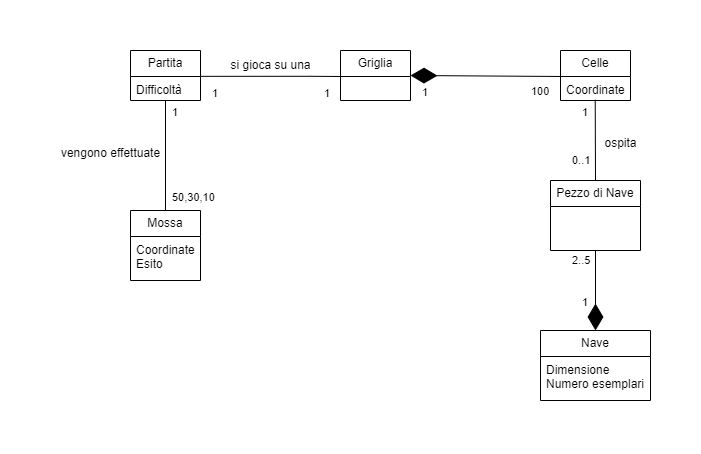
The draw.io diagram docs/img/modelloDiDominio.png in softeng2223-inf-uniba/progetto2223-thompson, before a commit. Source tidied: cells renumbered, new cells last; positions are measured from the earlier drawing's top-left corner, leaving out a move shared by most shapes.
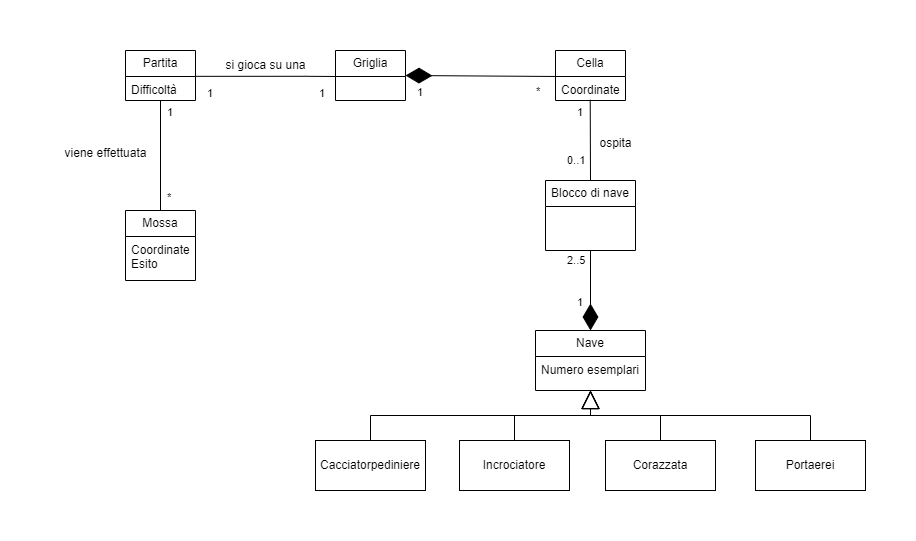
The same file after the commit.

Commit message:
Aggiornato modello di dominio

What changed in the source:
```diff
@@ -11,20 +11,20 @@
     <mxCell id="4" value="Griglia" style="swimlane;fontStyle=0;horizontal=1;startSize=26;fillColor=none;whiteSpace=wrap;html=1;" parent="1" vertex="1">
       <mxGeometry x="290" width="70" height="50" as="geometry" />
     </mxCell>
-    <mxCell id="5" value="Celle" style="swimlane;fontStyle=0;horizontal=1;startSize=26;fillColor=none;whiteSpace=wrap;html=1;" parent="1" vertex="1">
+    <mxCell id="5" value="Cella" style="swimlane;fontStyle=0;horizontal=1;startSize=26;fillColor=none;whiteSpace=wrap;html=1;" parent="1" vertex="1">
       <mxGeometry x="510" width="70" height="50" as="geometry" />
     </mxCell>
     <mxCell id="6" value="Coordinate" style="text;strokeColor=none;fillColor=none;align=left;verticalAlign=top;spacingLeft=4;spacingRight=4;overflow=hidden;points=[[0,0.5],[1,0.5]];portConstraint=eastwest;whiteSpace=wrap;html=1;" parent="5" vertex="1">
       <mxGeometry y="26" width="70" height="24" as="geometry" />
     </mxCell>
-    <mxCell id="7" value="Pezzo di Nave" style="swimlane;fontStyle=0;horizontal=1;startSize=26;fillColor=none;whiteSpace=wrap;html=1;" parent="1" vertex="1">
+    <mxCell id="7" value="Blocco di nave" style="swimlane;fontStyle=0;horizontal=1;startSize=26;fillColor=none;whiteSpace=wrap;html=1;" parent="1" vertex="1">
       <mxGeometry x="500" y="130" width="90" height="70" as="geometry" />
     </mxCell>
     <mxCell id="8" value="Nave" style="swimlane;fontStyle=0;horizontal=1;startSize=26;fillColor=none;whiteSpace=wrap;html=1;" parent="1" vertex="1">
-      <mxGeometry x="490" y="280" width="110" height="70" as="geometry" />
+      <mxGeometry x="490" y="280" width="110" height="60" as="geometry" />
     </mxCell>
-    <mxCell id="9" value="Dimensione&lt;br&gt;Numero esemplari" style="text;strokeColor=none;fillColor=none;align=left;verticalAlign=top;spacingLeft=4;spacingRight=4;overflow=hidden;points=[[0,0.5],[1,0.5]];portConstraint=eastwest;whiteSpace=wrap;html=1;" parent="8" vertex="1">
-      <mxGeometry y="26" width="110" height="44" as="geometry" />
+    <mxCell id="9" value="Numero esemplari" style="text;strokeColor=none;fillColor=none;align=left;verticalAlign=top;spacingLeft=4;spacingRight=4;overflow=hidden;points=[[0,0.5],[1,0.5]];portConstraint=eastwest;whiteSpace=wrap;html=1;" parent="8" vertex="1">
+      <mxGeometry y="26" width="110" height="34" as="geometry" />
     </mxCell>
     <mxCell id="10" value="Mossa" style="swimlane;fontStyle=0;horizontal=1;startSize=26;fillColor=none;whiteSpace=wrap;html=1;" parent="1" vertex="1">
       <mxGeometry x="80" y="160" width="70" height="70" as="geometry" />
@@ -59,8 +59,8 @@
     <mxCell id="17" value="1" style="edgeLabel;html=1;align=left;verticalAlign=bottom;" parent="1" vertex="1">
       <mxGeometry x="370" y="50" as="geometry" />
     </mxCell>
-    <mxCell id="18" value="100" style="edgeLabel;html=1;align=left;verticalAlign=bottom;" parent="1" vertex="1">
-      <mxGeometry x="480" y="50" as="geometry">
+    <mxCell id="18" value="*" style="edgeLabel;html=1;align=left;verticalAlign=bottom;" parent="1" vertex="1">
+      <mxGeometry x="490" y="50" as="geometry">
         <mxPoint x="-1" y="-1" as="offset" />
       </mxGeometry>
     </mxCell>
@@ -72,11 +72,11 @@
     <mxCell id="20" value="1" style="edgeLabel;html=1;align=left;verticalAlign=bottom;" parent="1" vertex="1">
       <mxGeometry x="120" y="70" as="geometry" />
     </mxCell>
-    <mxCell id="21" value="50,30,10" style="edgeLabel;html=1;align=left;verticalAlign=bottom;" parent="1" vertex="1">
+    <mxCell id="21" value="*" style="edgeLabel;html=1;align=left;verticalAlign=bottom;" parent="1" vertex="1">
       <mxGeometry x="120" y="155" as="geometry" />
     </mxCell>
-    <mxCell id="22" value="vengono effettuate" style="text;html=1;align=center;verticalAlign=middle;strokeColor=none;fillColor=none;" parent="1" vertex="1">
-      <mxGeometry y="88" width="120" height="30" as="geometry" />
+    <mxCell id="22" value="viene effettuata" style="text;html=1;align=center;verticalAlign=middle;strokeColor=none;fillColor=none;" parent="1" vertex="1">
+      <mxGeometry x="5" y="88" width="110" height="30" as="geometry" />
     </mxCell>
     <mxCell id="23" style="endArrow=none;html=1;rounded=0;entryX=0.5;entryY=0;entryDx=0;entryDy=0;exitX=0.496;exitY=0.97;exitDx=0;exitDy=0;exitPerimeter=0;" parent="1" edge="1" source="6" target="7">
       <mxGeometry relative="1" as="geometry" />
@@ -99,5 +99,31 @@
     <mxCell id="29" value="1" style="edgeLabel;html=1;align=left;verticalAlign=bottom;" parent="1" vertex="1">
       <mxGeometry x="530" y="260" as="geometry" />
     </mxCell>
+    <mxCell id="30" style="endArrow=block;endSize=16;endFill=0;html=1;rounded=0;edgeStyle=elbowEdgeStyle;elbow=vertical;" parent="1" edge="1" source="32" target="9">
+      <mxGeometry relative="1" as="geometry" />
+    </mxCell>
+    <mxCell id="31" value="Cacciatorpediniere" style="html=1;whiteSpace=wrap;" parent="1" vertex="1">
+      <mxGeometry x="270" y="390" width="110" height="50" as="geometry" />
+    </mxCell>
+    <mxCell id="32" value="Incrociatore" style="html=1;whiteSpace=wrap;" parent="1" vertex="1">
+      <mxGeometry x="414" y="390" width="110" height="50" as="geometry" />
+    </mxCell>
+    <mxCell id="33" value="Corazzata" style="html=1;whiteSpace=wrap;" parent="1" vertex="1">
+      <mxGeometry x="560" y="390" width="110" height="50" as="geometry" />
+    </mxCell>
+    <mxCell id="34" value="Portaerei" style="html=1;whiteSpace=wrap;" parent="1" vertex="1">
+      <mxGeometry x="710" y="390" width="110" height="50" as="geometry" />
+    </mxCell>
+    <mxCell id="35" style="endArrow=block;endSize=16;endFill=0;html=1;rounded=0;edgeStyle=elbowEdgeStyle;elbow=vertical;" parent="1" edge="1" source="31" target="9">
+      <mxGeometry x="1" y="-34" relative="1" as="geometry">
+        <mxPoint x="3" y="-1" as="offset" />
+      </mxGeometry>
+    </mxCell>
+    <mxCell id="36" style="endArrow=block;endSize=16;endFill=0;html=1;rounded=0;edgeStyle=elbowEdgeStyle;elbow=vertical;" parent="1" edge="1" source="33" target="9">
+      <mxGeometry relative="1" as="geometry" />
+    </mxCell>
+    <mxCell id="37" style="endArrow=block;endSize=16;endFill=0;html=1;rounded=0;edgeStyle=elbowEdgeStyle;elbow=vertical;" parent="1" edge="1" source="34" target="9">
+      <mxGeometry relative="1" as="geometry" />
+    </mxCell>
   </root>
 </mxGraphModel>
```
